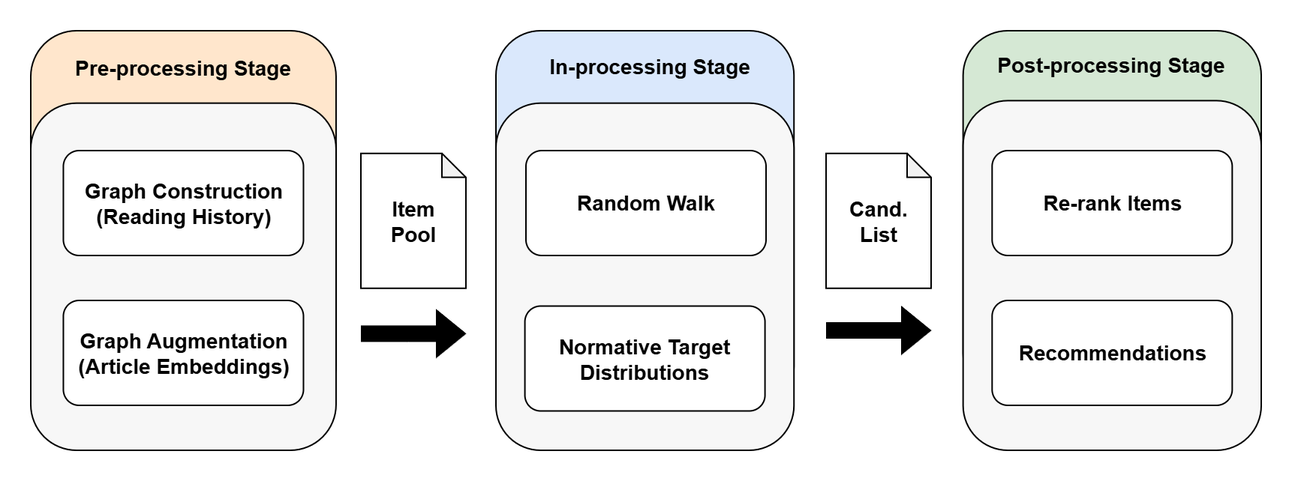
Informfully/Documentation keeps this draw.io diagram as docs/source/img/presentation_assets/algorithm_pipeline_v4.2_simple.png. Above is the earlier version. Source tidied: cells renumbered, new cells last; positions are measured from the earlier drawing's top-left corner, leaving out a move shared by most shapes.
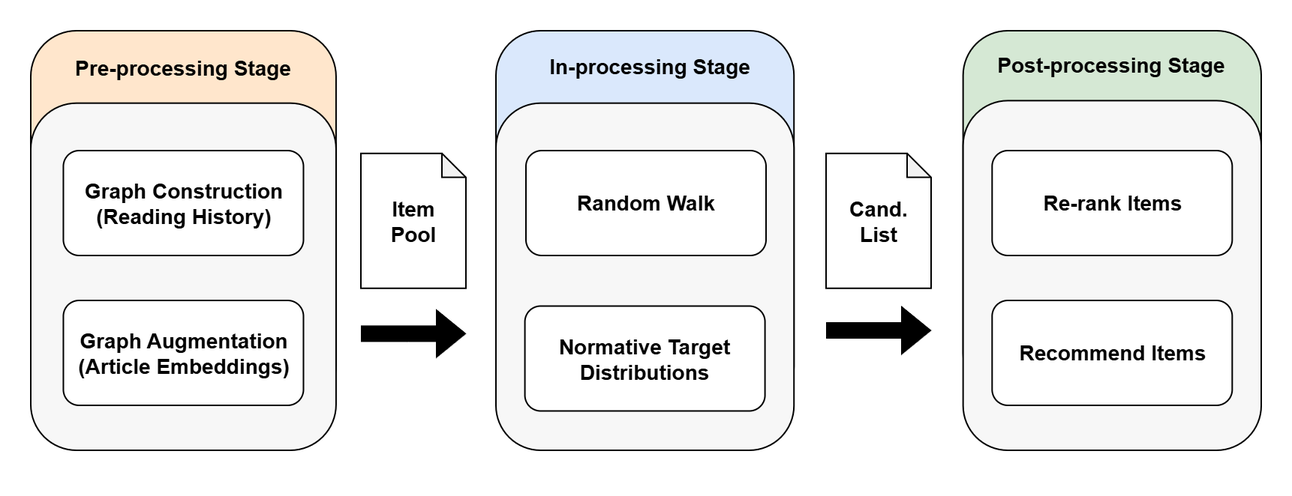
The same diagram one commit later.

Commit message:
Revised presentation diagram

Diff of the diagram source:
```diff
@@ -23,7 +23,7 @@
     <mxCell id="8" value="Re-rank Items" style="rounded=1;whiteSpace=wrap;html=1;fontStyle=1;fontSize=14;" parent="4" vertex="1">
       <mxGeometry x="20.7" y="80" width="160" height="70" as="geometry" />
     </mxCell>
-    <mxCell id="9" value="Recommendations" style="rounded=1;whiteSpace=wrap;html=1;fontStyle=1;fontSize=14;" parent="4" vertex="1">
+    <mxCell id="9" value="Recommend Items" style="rounded=1;whiteSpace=wrap;html=1;fontStyle=1;fontSize=14;" parent="4" vertex="1">
       <mxGeometry x="20.7" y="180" width="160" height="70" as="geometry" />
     </mxCell>
     <mxCell id="10" value="z" style="group;" parent="1" vertex="1">
```
